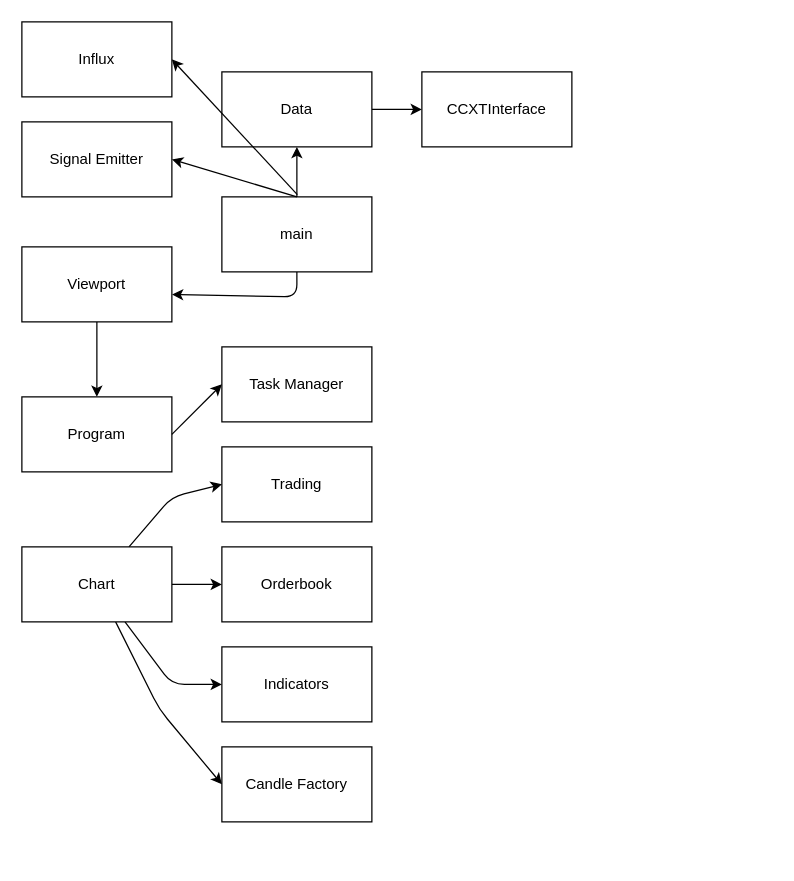
pattty847/Trade-Suite-v2 keeps this draw.io diagram as trade_suite/architecture.drawio. Above is the earlier version. Source tidied: cells renumbered, new cells numbered last; positions are measured from the earlier drawing's top-left corner, leaving out a move shared by most shapes. Both pictures are drawn from the tidied source at 125%, with x=0, y=0 at pixel (21, 21).
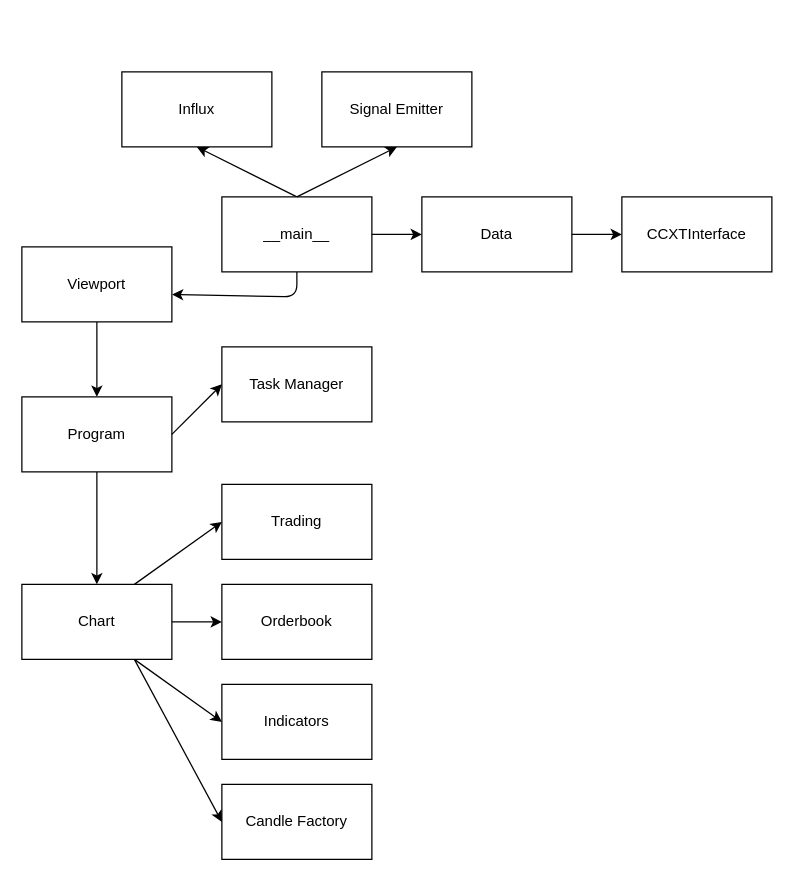
The same page after the edit.

The change refers to these unchanged cells:
```xml
<mxCell id="4" value="Program" style="rounded=0;whiteSpace=wrap;html=1;" parent="1" vertex="1">
  <mxGeometry y="300" width="120" height="60" as="geometry" />
</mxCell>
<mxCell id="5" value="Task Manager" style="rounded=0;whiteSpace=wrap;html=1;" parent="1" vertex="1">
  <mxGeometry x="160" y="260" width="120" height="60" as="geometry" />
</mxCell>
```

Diff of the diagram source:
```diff
@@
+    <mxCell id="26" style="edgeStyle=none;html=1;" parent="1" edge="1" source="4" target="20">
+      <mxGeometry relative="1" as="geometry" />
+    </mxCell>
@@
     <mxCell id="6" value="Signal Emitter" style="rounded=0;whiteSpace=wrap;html=1;" parent="1" vertex="1">
-      <mxGeometry y="80" width="120" height="60" as="geometry" />
+      <mxGeometry x="240" y="40" width="120" height="60" as="geometry" />
     </mxCell>
     <mxCell id="7" value="Trading" style="rounded=0;whiteSpace=wrap;html=1;" parent="1" vertex="1">
-      <mxGeometry x="160" y="340" width="120" height="60" as="geometry" />
+      <mxGeometry x="160" y="370" width="120" height="60" as="geometry" />
     </mxCell>
     <mxCell id="8" value="Indicators" style="rounded=0;whiteSpace=wrap;html=1;" parent="1" vertex="1">
-      <mxGeometry x="160" y="500" width="120" height="60" as="geometry" />
+      <mxGeometry x="160" y="530" width="120" height="60" as="geometry" />
     </mxCell>
     <mxCell id="9" value="Orderbook" style="rounded=0;whiteSpace=wrap;html=1;" parent="1" vertex="1">
-      <mxGeometry x="160" y="420" width="120" height="60" as="geometry" />
+      <mxGeometry x="160" y="450" width="120" height="60" as="geometry" />
     </mxCell>
@@
     <mxCell id="11" value="Data" style="rounded=0;whiteSpace=wrap;html=1;" parent="1" vertex="1">
-      <mxGeometry x="160" y="40" width="120" height="60" as="geometry" />
+      <mxGeometry x="320" y="140" width="120" height="60" as="geometry" />
     </mxCell>
     <mxCell id="12" value="CCXTInterface" style="rounded=0;whiteSpace=wrap;html=1;" parent="1" vertex="1">
-      <mxGeometry x="320" y="40" width="120" height="60" as="geometry" />
+      <mxGeometry x="480" y="140" width="120" height="60" as="geometry" />
     </mxCell>
     <mxCell id="13" value="Influx" style="rounded=0;whiteSpace=wrap;html=1;" parent="1" vertex="1">
-      <mxGeometry width="120" height="60" as="geometry" />
+      <mxGeometry x="80" y="40" width="120" height="60" as="geometry" />
     </mxCell>
     <mxCell id="14" value="Candle Factory" style="rounded=0;whiteSpace=wrap;html=1;" parent="1" vertex="1">
-      <mxGeometry x="160" y="580" width="120" height="60" as="geometry" />
+      <mxGeometry x="160" y="610" width="120" height="60" as="geometry" />
     </mxCell>
@@
+    <mxCell id="17" style="edgeStyle=none;html=1;entryX=0;entryY=0.5;entryDx=0;entryDy=0;exitX=1;exitY=0.5;exitDx=0;exitDy=0;" parent="1" edge="1" source="4" target="5">
+      <mxGeometry relative="1" as="geometry" />
+    </mxCell>
-    <mxCell id="16" style="edgeStyle=none;html=1;entryX=0;entryY=0.5;entryDx=0;entryDy=0;" parent="1" edge="1" source="20" target="7">
-      <mxGeometry relative="1" as="geometry">
-        <Array as="points">
-          <mxPoint x="120" y="380" />
-        </Array>
-      </mxGeometry>
+    <mxCell id="16" style="edgeStyle=none;html=1;exitX=0.75;exitY=0;exitDx=0;exitDy=0;entryX=0;entryY=0.5;entryDx=0;entryDy=0;" parent="1" edge="1" source="20" target="7">
+      <mxGeometry relative="1" as="geometry" />
     </mxCell>
-    <mxCell id="17" style="edgeStyle=none;html=1;entryX=0;entryY=0.5;entryDx=0;entryDy=0;exitX=1;exitY=0.5;exitDx=0;exitDy=0;" parent="1" edge="1" source="4" target="5">
-      <mxGeometry relative="1" as="geometry" />
-    </mxCell>
-    <mxCell id="18" style="edgeStyle=none;html=1;entryX=0;entryY=0.5;entryDx=0;entryDy=0;" parent="1" edge="1" source="20" target="8">
-      <mxGeometry relative="1" as="geometry">
-        <Array as="points">
-          <mxPoint x="120" y="530" />
-        </Array>
-      </mxGeometry>
+    <mxCell id="18" style="edgeStyle=none;html=1;exitX=0.75;exitY=1;exitDx=0;exitDy=0;entryX=0;entryY=0.5;entryDx=0;entryDy=0;" parent="1" edge="1" source="20" target="8">
+      <mxGeometry relative="1" as="geometry" />
     </mxCell>
-    <mxCell id="19" style="edgeStyle=none;html=1;entryX=0;entryY=0.5;entryDx=0;entryDy=0;" parent="1" edge="1" source="20" target="14">
-      <mxGeometry relative="1" as="geometry">
-        <Array as="points">
-          <mxPoint x="110" y="550" />
-        </Array>
-      </mxGeometry>
+    <mxCell id="19" style="edgeStyle=none;html=1;exitX=0.75;exitY=1;exitDx=0;exitDy=0;entryX=0;entryY=0.5;entryDx=0;entryDy=0;" parent="1" edge="1" source="20" target="14">
+      <mxGeometry relative="1" as="geometry" />
     </mxCell>
     <mxCell id="20" value="Chart" style="rounded=0;whiteSpace=wrap;html=1;" parent="1" vertex="1">
-      <mxGeometry y="420" width="120" height="60" as="geometry" />
+      <mxGeometry y="450" width="120" height="60" as="geometry" />
     </mxCell>
@@
+    <mxCell id="27" style="edgeStyle=none;html=1;" parent="1" edge="1" source="22" target="11">
+      <mxGeometry relative="1" as="geometry" />
+    </mxCell>
+    <mxCell id="25" style="edgeStyle=none;html=1;entryX=0.5;entryY=1;entryDx=0;entryDy=0;exitX=0.5;exitY=0;exitDx=0;exitDy=0;" parent="1" edge="1" source="22" target="13">
+      <mxGeometry relative="1" as="geometry" />
+    </mxCell>
-    <mxCell id="22" value="main" style="rounded=0;whiteSpace=wrap;html=1;" parent="1" vertex="1">
+    <mxCell id="22" value="__main__" style="rounded=0;whiteSpace=wrap;html=1;" parent="1" vertex="1">
       <mxGeometry x="160" y="140" width="120" height="60" as="geometry" />
     </mxCell>
-    <mxCell id="23" style="endArrow=classic;html=1;entryX=1;entryY=0.5;entryDx=0;entryDy=0;" parent="1" edge="1" target="6">
-      <mxGeometry relative="1" as="geometry">
-        <mxPoint x="220" y="140" as="sourcePoint" />
-      </mxGeometry>
-    </mxCell>
-    <mxCell id="24" style="endArrow=classic;html=1;entryX=0.5;entryY=1;entryDx=0;entryDy=0;exitX=0.5;exitY=0;exitDx=0;exitDy=0;" parent="1" edge="1" source="22" target="11">
-      <mxGeometry relative="1" as="geometry" />
+    <mxCell id="24" style="endArrow=classic;html=1;exitX=0.5;exitY=0;exitDx=0;exitDy=0;" parent="1" edge="1" source="22">
+      <mxGeometry relative="1" as="geometry">
+        <mxPoint x="300" y="100" as="targetPoint" />
+      </mxGeometry>
     </mxCell>
-    <mxCell id="25" style="endArrow=classic;html=1;entryX=1;entryY=0.5;entryDx=0;entryDy=0;exitX=0.503;exitY=-0.03;exitDx=0;exitDy=0;exitPerimeter=0;" parent="1" edge="1" source="22" target="13">
-      <mxGeometry relative="1" as="geometry" />
-    </mxCell>
```
